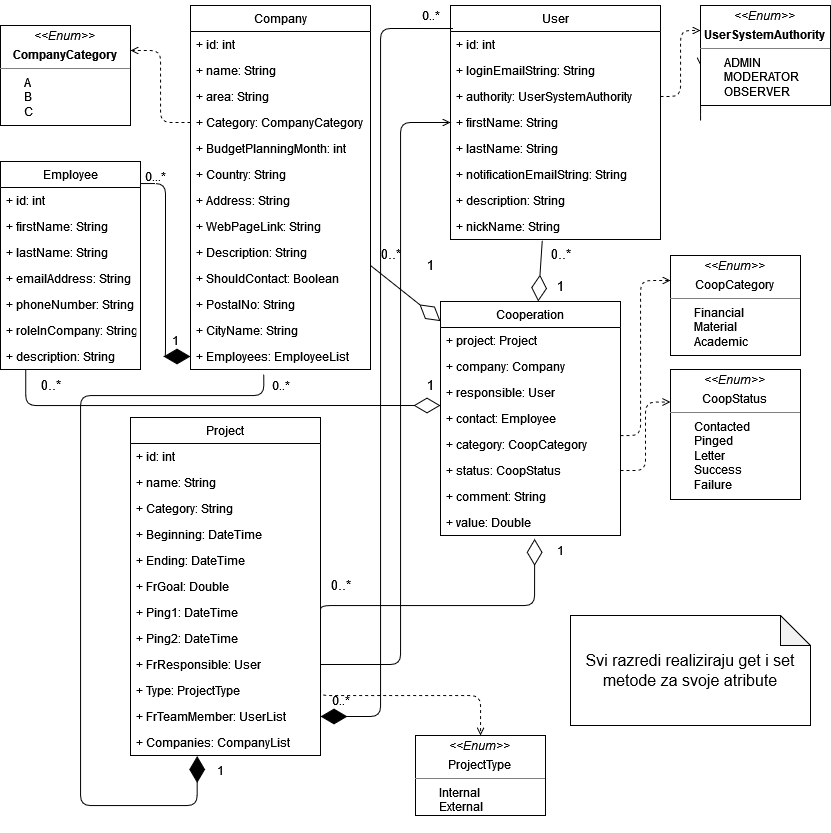
Earlier version of the draw.io export slike/ModelUml.png (best-zagreb/company-database). Source tidied: cells renumbered, new cells last; positions are measured from the earlier drawing's top-left corner, leaving out a move shared by most shapes.
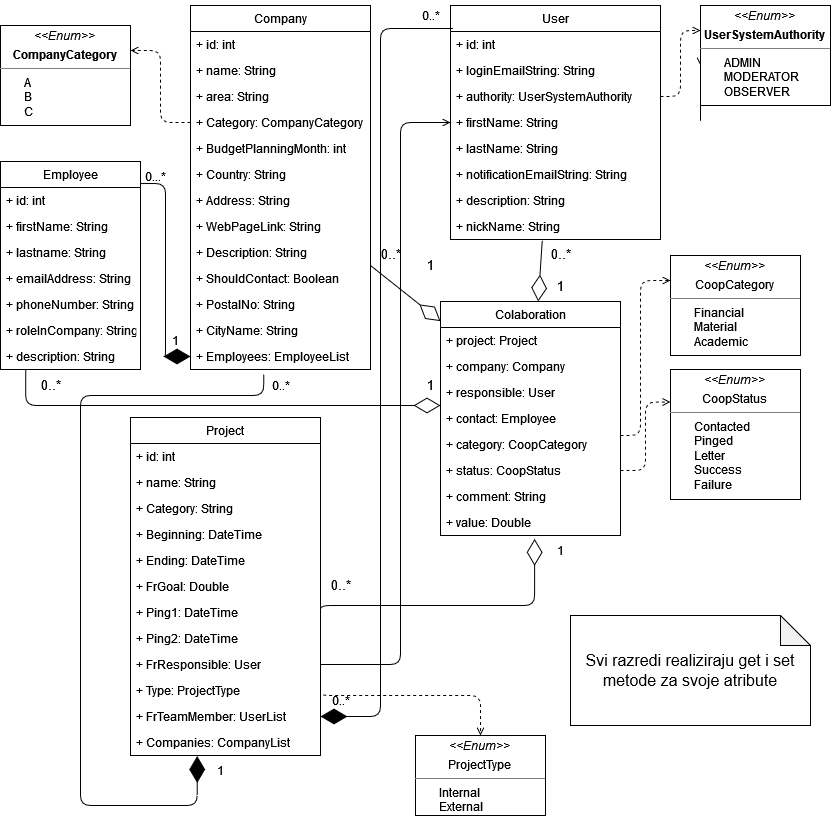
After the commit.

Commit message:
Replaced cooperation with colaboration

What changed in the source:
```diff
@@ -133,7 +133,7 @@
     <mxCell id="44" value="+ firstName: String" style="text;strokeColor=none;fillColor=none;align=left;verticalAlign=top;spacingLeft=4;spacingRight=4;overflow=hidden;" parent="42" vertex="1">
       <mxGeometry y="52" width="140" height="26" as="geometry" />
     </mxCell>
-    <mxCell id="45" value="+ lastName: String" style="text;strokeColor=none;fillColor=none;align=left;verticalAlign=top;spacingLeft=4;spacingRight=4;overflow=hidden;" parent="42" vertex="1">
+    <mxCell id="45" value="+ lastname: String" style="text;strokeColor=none;fillColor=none;align=left;verticalAlign=top;spacingLeft=4;spacingRight=4;overflow=hidden;" parent="42" vertex="1">
       <mxGeometry y="78" width="140" height="26" as="geometry" />
     </mxCell>
     <mxCell id="46" value="+ emailAddress: String" style="text;strokeColor=none;fillColor=none;align=left;verticalAlign=top;spacingLeft=4;spacingRight=4;overflow=hidden;" parent="42" vertex="1">
@@ -148,7 +148,7 @@
     <mxCell id="49" value="+ description: String" style="text;strokeColor=none;fillColor=none;align=left;verticalAlign=top;spacingLeft=4;spacingRight=4;overflow=hidden;" parent="42" vertex="1">
       <mxGeometry y="182" width="140" height="26" as="geometry" />
     </mxCell>
-    <mxCell id="50" value="Cooperation" style="swimlane;fontStyle=0;horizontal=1;startSize=26;fillColor=none;" parent="1" vertex="1">
+    <mxCell id="50" value="Colaboration" style="swimlane;fontStyle=0;horizontal=1;startSize=26;fillColor=none;" parent="1" vertex="1">
       <mxGeometry x="440" y="301" width="180" height="234" as="geometry" />
     </mxCell>
     <mxCell id="51" value="+ project: Project" style="text;strokeColor=none;fillColor=none;align=left;verticalAlign=top;spacingLeft=4;spacingRight=4;overflow=hidden;" parent="50" vertex="1">
```
